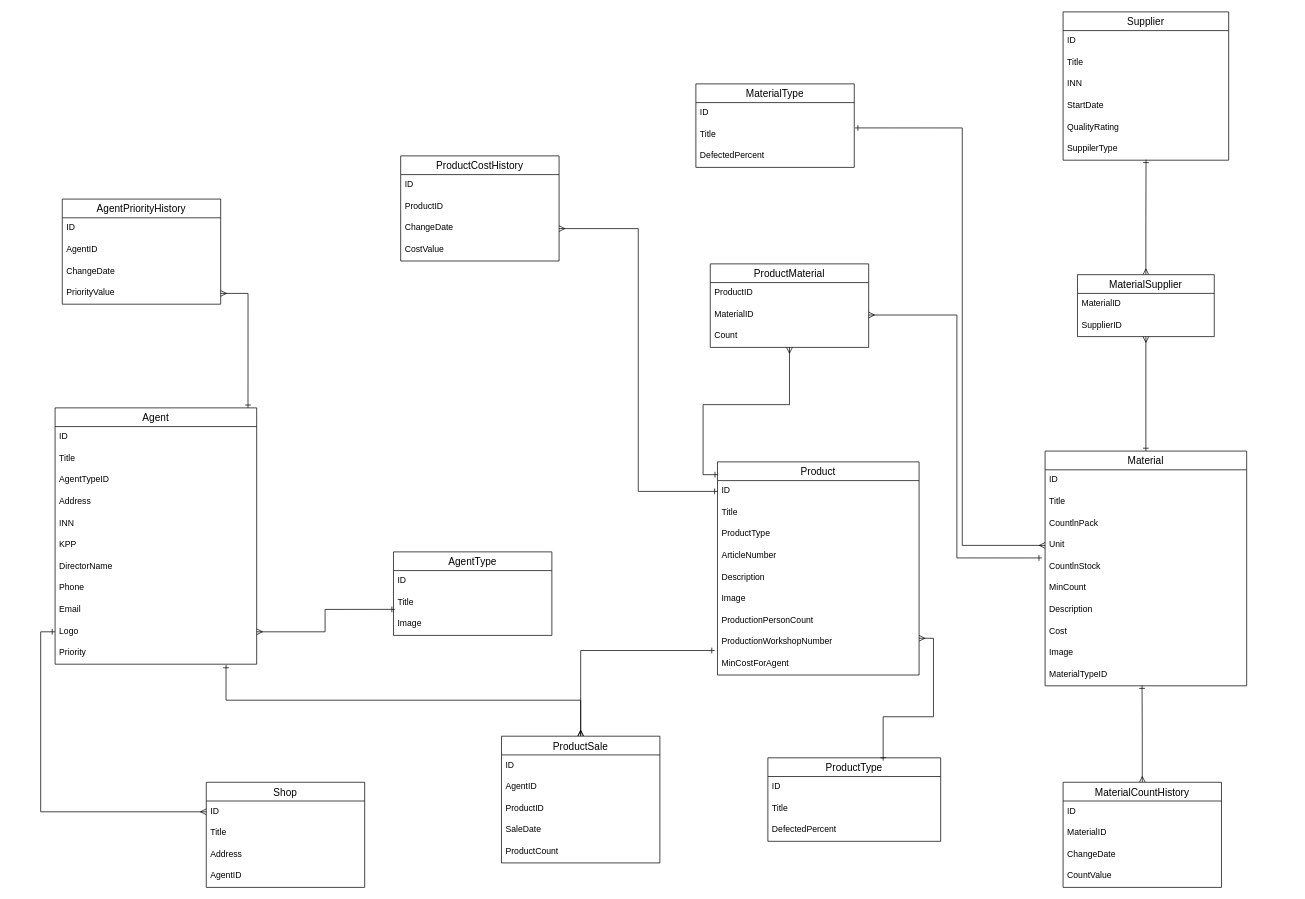
This is ERD.drawio from SSEcKRI/ERD_-, a draw.io file, before an edit. Source tidied: cells renumbered, new cells numbered last; positions are measured from the earlier drawing's top-left corner, leaving out a move shared by most shapes. Both pictures are drawn from the tidied source at 72%, with x=0, y=0 at pixel (55, 12).
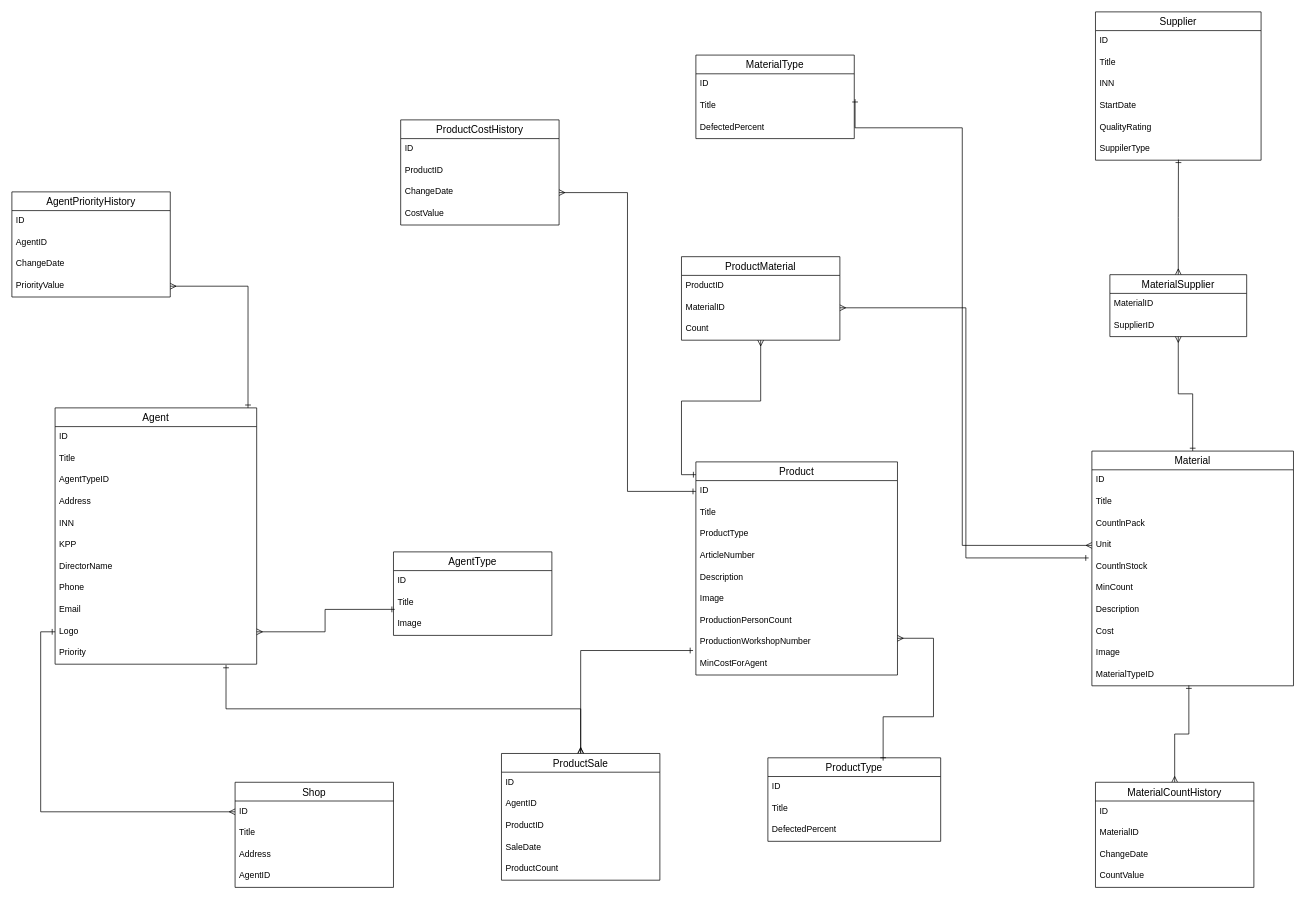
After the change.

The change refers to these unchanged cells:
```xml
<mxCell id="35" value="ProductType" style="swimlane;fontStyle=0;horizontal=1;startSize=26;align=center;fontSize=14;" parent="1" vertex="1">
  <mxGeometry x="990" y="1036" width="240" height="116" as="geometry" />
</mxCell>
<mxCell id="52" value="ProductionWorkshopNumber" style="text;strokeColor=none;fillColor=none;spacingLeft=4;spacingRight=4;overflow=hidden;points=[[0,0.5],[1,0.5]];portConstraint=eastwest;fontSize=12;" parent="44" vertex="1">
  <mxGeometry y="236" width="280" height="30" as="geometry" />
</mxCell>
```

The edit, as a diff of the source:
```diff
@@
     <mxCell id="2" value="MaterialType" style="swimlane;fontStyle=0;horizontal=1;startSize=26;align=center;fontSize=14;" parent="1" vertex="1">
-      <mxGeometry x="890" y="100" width="220" height="116" as="geometry" />
+      <mxGeometry x="890" y="60" width="220" height="116" as="geometry" />
     </mxCell>
@@
     <mxCell id="6" value="Supplier" style="swimlane;fontStyle=0;horizontal=1;startSize=26;align=center;fontSize=14;" parent="1" vertex="1">
-      <mxGeometry x="1400" width="230" height="206" as="geometry" />
+      <mxGeometry x="1445" width="230" height="206" as="geometry" />
     </mxCell>
@@
     <mxCell id="15" value="MaterialSupplier" style="swimlane;fontStyle=0;horizontal=1;startSize=26;align=center;fontSize=14;" parent="1" vertex="1">
-      <mxGeometry x="1420" y="365" width="190" height="86" as="geometry" />
+      <mxGeometry x="1465" y="365" width="190" height="86" as="geometry" />
     </mxCell>
@@
     <mxCell id="18" value="Material" style="swimlane;fontStyle=0;horizontal=1;startSize=26;align=center;fontSize=14;" parent="1" vertex="1">
-      <mxGeometry x="1375" y="610" width="280" height="326" as="geometry" />
+      <mxGeometry x="1440" y="610" width="280" height="326" as="geometry" />
     </mxCell>
@@
     <mxCell id="30" value="MaterialCountHistory" style="swimlane;fontStyle=0;horizontal=1;startSize=26;align=center;fontSize=14;" parent="1" vertex="1">
-      <mxGeometry x="1400" y="1070" width="220" height="146" as="geometry" />
+      <mxGeometry x="1445" y="1070" width="220" height="146" as="geometry" />
     </mxCell>
@@
     <mxCell id="40" value="ProductMaterial" style="swimlane;fontStyle=0;horizontal=1;startSize=26;align=center;fontSize=14;" parent="1" vertex="1">
-      <mxGeometry x="910" y="350" width="220" height="116" as="geometry" />
+      <mxGeometry x="870" y="340" width="220" height="116" as="geometry" />
     </mxCell>
@@
     <mxCell id="44" value="Product" style="swimlane;fontStyle=0;horizontal=1;startSize=26;align=center;fontSize=14;" parent="1" vertex="1">
-      <mxGeometry x="920" y="625" width="280" height="296" as="geometry" />
+      <mxGeometry x="890" y="625" width="280" height="296" as="geometry" />
     </mxCell>
@@
     <mxCell id="60" value="ProductSale" style="swimlane;fontStyle=0;horizontal=1;startSize=26;align=center;fontSize=14;" parent="1" vertex="1">
-      <mxGeometry x="620" y="1006" width="220" height="176" as="geometry" />
+      <mxGeometry x="620" y="1030" width="220" height="176" as="geometry" />
     </mxCell>
@@
     <mxCell id="66" value="Shop" style="swimlane;fontStyle=0;horizontal=1;startSize=26;align=center;fontSize=14;" parent="1" vertex="1">
-      <mxGeometry x="210" y="1070" width="220" height="146" as="geometry" />
+      <mxGeometry x="250" y="1070" width="220" height="146" as="geometry" />
     </mxCell>
@@
     <mxCell id="71" value="ProductCostHistory" style="swimlane;fontStyle=0;horizontal=1;startSize=26;align=center;fontSize=14;" parent="1" vertex="1">
-      <mxGeometry x="480" y="200" width="220" height="146" as="geometry" />
+      <mxGeometry x="480" y="150" width="220" height="146" as="geometry" />
     </mxCell>
@@
     <mxCell id="76" value="AgentPriorityHistory" style="swimlane;fontStyle=0;horizontal=1;startSize=26;align=center;fontSize=14;" parent="1" vertex="1">
-      <mxGeometry x="10" y="260" width="220" height="146" as="geometry" />
+      <mxGeometry x="-60" y="250" width="220" height="146" as="geometry" />
     </mxCell>
@@
-    <mxCell id="95" style="edgeStyle=orthogonalEdgeStyle;rounded=0;jettySize=auto;html=1;entryX=0.667;entryY=0.034;entryDx=0;entryDy=0;entryPerimeter=0;startArrow=ERmany;startFill=0;endArrow=ERone;endFill=0;" parent="1" edge="1" target="35">
+    <mxCell id="95" style="edgeStyle=orthogonalEdgeStyle;rounded=0;jettySize=auto;html=1;entryX=0.667;entryY=0.034;entryDx=0;entryDy=0;entryPerimeter=0;startArrow=ERmany;startFill=0;endArrow=ERone;endFill=0;" parent="1" edge="1" source="52" target="35">
       <mxGeometry relative="1" as="geometry">
-        <mxPoint x="1200" y="870" as="sourcePoint" />
         <Array as="points">
           <mxPoint x="1220" y="870" />
           <mxPoint x="1220" y="979" />
           <mxPoint x="1150" y="979" />
         </Array>
       </mxGeometry>
     </mxCell>
```
